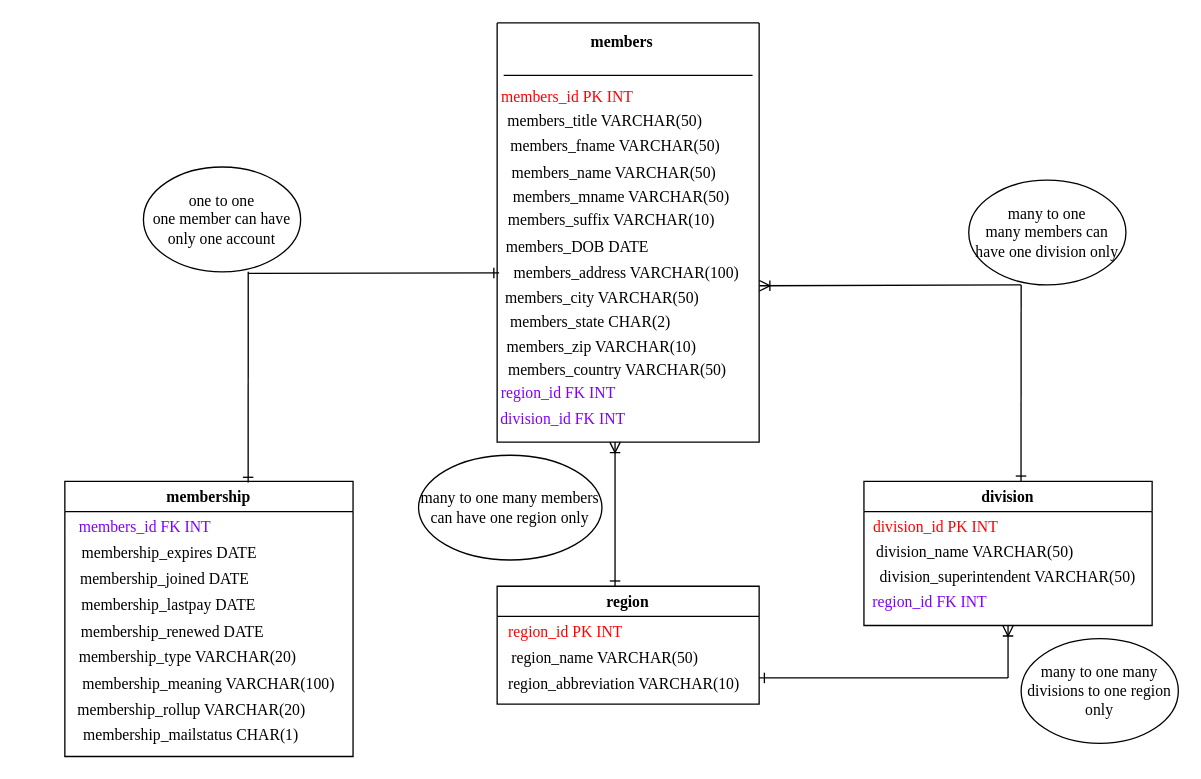
This is ProjectNMRA.SER.drawio from angelikakasia/SQL, a draw.io file, before an edit. Source tidied: cells renumbered, new cells numbered last; positions are measured from the earlier drawing's top-left corner, leaving out a move shared by most shapes. Both pictures are drawn from the tidied source at 131%, with x=0, y=0 at pixel (55, 22).
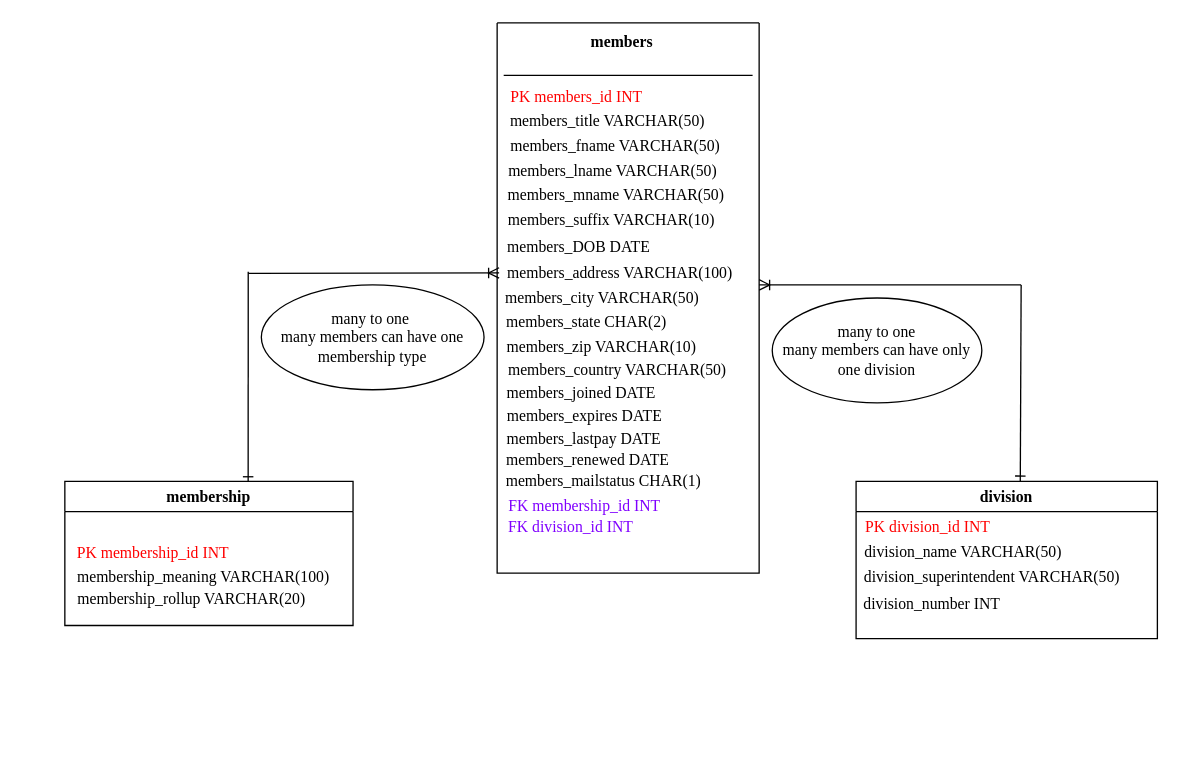
Above is the later version.

The change refers to these unchanged cells:
```xml
<mxCell id="13" value="members_city VARCHAR(50)" style="text;html=1;align=center;verticalAlign=middle;whiteSpace=wrap;rounded=0;fontFamily=Times New Roman;" parent="2" vertex="1">
  <mxGeometry x="-5" y="195" width="171" height="30" as="geometry" />
</mxCell>
```

Diff of the diagram source:
```diff
@@
     <mxCell id="2" style="swimlane;startSize=0;fontFamily=Times New Roman;" parent="1" vertex="1">
-      <mxGeometry x="337" width="200" height="320" as="geometry" />
+      <mxGeometry x="337" width="200" height="420" as="geometry" />
     </mxCell>
@@
-    <mxCell id="4" value="&lt;span style=&quot;color: light-dark(rgb(255, 0, 0), rgb(237, 237, 237));&quot;&gt;&lt;span style=&quot;color: rgb(255, 0, 0);&quot;&gt;members_id PK&lt;/span&gt; INT&lt;span style=&quot;white-space: pre;&quot;&gt;&#9;&lt;/span&gt;&lt;/span&gt;" style="text;html=1;align=center;verticalAlign=middle;whiteSpace=wrap;rounded=0;fontFamily=Times New Roman;" parent="2" vertex="1">
-      <mxGeometry x="-2" y="42" width="131" height="30" as="geometry" />
+    <mxCell id="4" value="&lt;span style=&quot;color: light-dark(rgb(255, 0, 0), rgb(237, 237, 237));&quot;&gt;&lt;span style=&quot;color: rgb(255, 0, 0);&quot;&gt;PK&lt;/span&gt; &lt;/span&gt;&lt;span style=&quot;color: light-dark(rgb(255, 0, 0), rgb(237, 237, 237));&quot;&gt;&lt;span style=&quot;color: rgb(255, 0, 0);&quot;&gt;members_id &lt;/span&gt;INT&lt;span style=&quot;white-space: pre;&quot;&gt;&#9;&lt;/span&gt;&lt;/span&gt;" style="text;html=1;align=center;verticalAlign=middle;whiteSpace=wrap;rounded=0;fontFamily=Times New Roman;" parent="2" vertex="1">
+      <mxGeometry x="5" y="42" width="131" height="30" as="geometry" />
     </mxCell>
-    <mxCell id="5" value="&lt;br&gt;members_title VARCHAR(50)" style="text;html=1;align=center;verticalAlign=middle;whiteSpace=wrap;rounded=0;fontFamily=Times New Roman;" parent="2" vertex="1">
-      <mxGeometry x="-2" y="52" width="169" height="30" as="geometry" />
-    </mxCell>
@@
-    <mxCell id="7" value="&lt;br&gt;members_name VARCHAR(50)" style="text;html=1;align=center;verticalAlign=middle;whiteSpace=wrap;rounded=0;fontFamily=Times New Roman;" parent="2" vertex="1">
-      <mxGeometry x="-4" y="92" width="186.5" height="30" as="geometry" />
+    <mxCell id="7" value="&lt;br&gt;members_lname VARCHAR(50)" style="text;html=1;align=center;verticalAlign=middle;whiteSpace=wrap;rounded=0;fontFamily=Times New Roman;" parent="2" vertex="1">
+      <mxGeometry x="-5" y="90" width="186.5" height="30" as="geometry" />
     </mxCell>
-    <mxCell id="8" value="&lt;br&gt;members_mname VARCHAR(50)" style="text;html=1;align=center;verticalAlign=middle;whiteSpace=wrap;rounded=0;fontFamily=Times New Roman;" parent="2" vertex="1">
-      <mxGeometry y="110" width="190" height="30" as="geometry" />
-    </mxCell>
@@
     <mxCell id="11" value="members_DOB DATE" style="text;html=1;align=center;verticalAlign=middle;whiteSpace=wrap;rounded=0;fontFamily=Times New Roman;" parent="2" vertex="1">
-      <mxGeometry x="-2.5" y="156" width="126.5" height="30" as="geometry" />
+      <mxGeometry x="-1.5" y="156" width="126.5" height="30" as="geometry" />
     </mxCell>
     <mxCell id="12" value="members_address VARCHAR(100)" style="text;html=1;align=center;verticalAlign=middle;whiteSpace=wrap;rounded=0;fontFamily=Times New Roman;" parent="2" vertex="1">
-      <mxGeometry x="-1" y="176" width="200" height="30" as="geometry" />
+      <mxGeometry x="-6" y="176" width="200" height="30" as="geometry" />
     </mxCell>
@@
     <mxCell id="14" value="members_state CHAR(2)" style="text;html=1;align=center;verticalAlign=middle;whiteSpace=wrap;rounded=0;fontFamily=Times New Roman;" parent="2" vertex="1">
-      <mxGeometry x="-13.5" y="214" width="168.5" height="30" as="geometry" />
+      <mxGeometry x="-16.5" y="214" width="168.5" height="30" as="geometry" />
     </mxCell>
@@
-    <mxCell id="17" value="&lt;span style=&quot;color: light-dark(rgb(128, 0, 255), rgb(237, 237, 237));&quot;&gt;region_id FK INT&lt;br&gt;&lt;/span&gt;" style="text;html=1;align=center;verticalAlign=middle;whiteSpace=wrap;rounded=0;fontFamily=Times New Roman;" parent="2" vertex="1">
-      <mxGeometry x="-10" y="268" width="114" height="30" as="geometry" />
-    </mxCell>
-    <mxCell id="18" value="&lt;span style=&quot;color: light-dark(rgb(128, 0, 255), rgb(237, 237, 237));&quot;&gt;&lt;span style=&quot;color: light-dark(rgb(128, 0, 255), rgb(237, 237, 237));&quot;&gt;division_id FK&lt;/span&gt; INT&lt;/span&gt;" style="text;html=1;align=center;verticalAlign=middle;whiteSpace=wrap;rounded=0;fontFamily=Times New Roman;" parent="2" vertex="1">
-      <mxGeometry x="-1" y="288" width="103" height="30" as="geometry" />
-    </mxCell>
-    <mxCell id="19" value="membership" style="swimlane;whiteSpace=wrap;html=1;fontFamily=Times New Roman;" parent="1" vertex="1">
-      <mxGeometry x="7" y="350" width="220" height="210" as="geometry" />
-    </mxCell>
-    <mxCell id="20" value="&lt;span style=&quot;color: light-dark(rgb(128, 0, 255), rgb(237, 237, 237));&quot;&gt;members_id FK INT&lt;br&gt;&lt;/span&gt;" style="text;html=1;align=center;verticalAlign=middle;whiteSpace=wrap;rounded=0;fontFamily=Times New Roman;" parent="19" vertex="1">
-      <mxGeometry x="-2" y="20" width="127" height="30" as="geometry" />
-    </mxCell>
+    <mxCell id="22" value="members_joined DATE" style="text;html=1;align=center;verticalAlign=middle;whiteSpace=wrap;rounded=0;fontFamily=Times New Roman;" parent="2" vertex="1">
+      <mxGeometry x="-16" y="268" width="161" height="30" as="geometry" />
+    </mxCell>
-    <mxCell id="21" value="membership_expires DATE" style="text;html=1;align=center;verticalAlign=middle;whiteSpace=wrap;rounded=0;fontFamily=Times New Roman;" parent="19" vertex="1">
-      <mxGeometry x="-4" y="40" width="168" height="30" as="geometry" />
+    <mxCell id="21" value="members_expires DATE" style="text;html=1;align=center;verticalAlign=middle;whiteSpace=wrap;rounded=0;fontFamily=Times New Roman;" parent="2" vertex="1">
+      <mxGeometry x="-17" y="285" width="168" height="30" as="geometry" />
     </mxCell>
-    <mxCell id="22" value="membership_joined DATE" style="text;html=1;align=center;verticalAlign=middle;whiteSpace=wrap;rounded=0;fontFamily=Times New Roman;" parent="19" vertex="1">
-      <mxGeometry x="-4" y="60" width="161" height="30" as="geometry" />
-    </mxCell>
-    <mxCell id="23" value="membership_lastpay DATE" style="text;html=1;align=center;verticalAlign=middle;whiteSpace=wrap;rounded=0;fontFamily=Times New Roman;" parent="19" vertex="1">
-      <mxGeometry x="3" y="80" width="153" height="30" as="geometry" />
+    <mxCell id="23" value="members_lastpay DATE" style="text;html=1;align=center;verticalAlign=middle;whiteSpace=wrap;rounded=0;fontFamily=Times New Roman;" parent="2" vertex="1">
+      <mxGeometry x="-10" y="303" width="153" height="30" as="geometry" />
     </mxCell>
-    <mxCell id="24" value="membership_renewed DATE" style="text;html=1;align=center;verticalAlign=middle;whiteSpace=wrap;rounded=0;fontFamily=Times New Roman;" parent="19" vertex="1">
-      <mxGeometry x="-3" y="100" width="171" height="30" as="geometry" />
+    <mxCell id="24" value="members_renewed DATE" style="text;html=1;align=center;verticalAlign=middle;whiteSpace=wrap;rounded=0;fontFamily=Times New Roman;" parent="2" vertex="1">
+      <mxGeometry x="-16" y="319" width="171" height="30" as="geometry" />
     </mxCell>
+    <mxCell id="8" value="&lt;br&gt;members_mname VARCHAR(50)" style="text;html=1;align=center;verticalAlign=middle;whiteSpace=wrap;rounded=0;fontFamily=Times New Roman;" parent="2" vertex="1">
+      <mxGeometry x="-4" y="109" width="190" height="30" as="geometry" />
+    </mxCell>
+    <mxCell id="5" value="&lt;br&gt;members_title VARCHAR(50)" style="text;html=1;align=center;verticalAlign=middle;whiteSpace=wrap;rounded=0;fontFamily=Times New Roman;" parent="2" vertex="1">
+      <mxGeometry y="52" width="169" height="30" as="geometry" />
+    </mxCell>
+    <mxCell id="28" value="members_mailstatus CHAR(1)" style="text;html=1;align=center;verticalAlign=middle;whiteSpace=wrap;rounded=0;fontFamily=Times New Roman;" parent="2" vertex="1">
+      <mxGeometry x="-15" y="335" width="193" height="29" as="geometry" />
+    </mxCell>
+    <mxCell id="49" value="&lt;span style=&quot;color: light-dark(rgb(128, 0, 255), rgb(237, 237, 237));&quot;&gt;&lt;font face=&quot;Times New Roman&quot;&gt;FK division_id INT&lt;/font&gt;&lt;/span&gt;" style="text;html=1;align=center;verticalAlign=middle;whiteSpace=wrap;rounded=0;" parent="2" vertex="1">
+      <mxGeometry x="-16" y="370" width="145" height="30" as="geometry" />
+    </mxCell>
+    <mxCell id="50" value="&lt;span style=&quot;color: light-dark(rgb(128, 0, 255), rgb(237, 237, 237));&quot;&gt;FK &lt;/span&gt;&lt;span style=&quot;color: light-dark(rgb(128, 0, 255), rgb(237, 237, 237));&quot;&gt;membership_id INT &lt;/span&gt;" style="text;whiteSpace=wrap;html=1;fontFamily=Times New Roman;" parent="2" vertex="1">
+      <mxGeometry x="6.5" y="355" width="160" height="40" as="geometry" />
+    </mxCell>
+    <mxCell id="19" value="&lt;div align=&quot;center&quot;&gt;membership &lt;/div&gt;" style="swimlane;whiteSpace=wrap;html=1;fontFamily=Times New Roman;align=center;" parent="1" vertex="1">
+      <mxGeometry x="7" y="350" width="220" height="110" as="geometry" />
+    </mxCell>
-    <mxCell id="25" value="membership_type VARCHAR(20)" style="text;html=1;align=center;verticalAlign=middle;whiteSpace=wrap;rounded=0;fontFamily=Times New Roman;" parent="19" vertex="1">
-      <mxGeometry x="-7" y="119" width="202" height="30" as="geometry" />
+    <mxCell id="25" value="&lt;span style=&quot;color: light-dark(rgb(255, 0, 0), rgb(237, 237, 237));&quot;&gt;PK &lt;/span&gt;&lt;span style=&quot;color: light-dark(rgb(255, 0, 0), rgb(237, 237, 237));&quot;&gt;membership_id INT&amp;nbsp; &lt;/span&gt;" style="text;html=1;align=center;verticalAlign=middle;whiteSpace=wrap;rounded=0;fontFamily=Times New Roman;" parent="19" vertex="1">
+      <mxGeometry x="-32" y="40" width="202" height="30" as="geometry" />
     </mxCell>
     <mxCell id="26" value="membership_meaning VARCHAR(100)" style="text;html=1;align=center;verticalAlign=middle;whiteSpace=wrap;rounded=0;fontFamily=Times New Roman;" parent="19" vertex="1">
-      <mxGeometry x="-1" y="140" width="222" height="30" as="geometry" />
+      <mxGeometry x="-5" y="58" width="222" height="30" as="geometry" />
     </mxCell>
     <mxCell id="27" value="membership_rollup VARCHAR(20)" style="text;html=1;align=center;verticalAlign=middle;whiteSpace=wrap;rounded=0;fontFamily=Times New Roman;" parent="19" vertex="1">
-      <mxGeometry x="-4" y="160" width="202" height="30" as="geometry" />
+      <mxGeometry x="-4" y="75" width="202" height="30" as="geometry" />
     </mxCell>
-    <mxCell id="28" value="membership_mailstatus CHAR(1)" style="text;html=1;align=center;verticalAlign=middle;whiteSpace=wrap;rounded=0;fontFamily=Times New Roman;" parent="19" vertex="1">
-      <mxGeometry y="179" width="193" height="30" as="geometry" />
-    </mxCell>
-    <mxCell id="29" value="region" style="swimlane;whiteSpace=wrap;html=1;fontFamily=Times New Roman;" parent="1" vertex="1">
-      <mxGeometry x="337" y="430" width="200" height="90" as="geometry" />
-    </mxCell>
-    <mxCell id="30" value="&lt;span style=&quot;color: light-dark(rgb(255, 0, 0), rgb(237, 237, 237));&quot;&gt;region_id PK INT&lt;br&gt;&lt;/span&gt;" style="text;html=1;align=center;verticalAlign=middle;whiteSpace=wrap;rounded=0;fontFamily=Times New Roman;" parent="29" vertex="1">
-      <mxGeometry x="-7" y="20" width="119" height="30" as="geometry" />
-    </mxCell>
-    <mxCell id="31" value="region_name VARCHAR(50)" style="text;html=1;align=center;verticalAlign=middle;whiteSpace=wrap;rounded=0;fontFamily=Times New Roman;" parent="29" vertex="1">
-      <mxGeometry x="2.5" y="40" width="158.5" height="30" as="geometry" />
-    </mxCell>
-    <mxCell id="32" value="region_abbreviation VARCHAR(10)" style="text;html=1;align=center;verticalAlign=middle;whiteSpace=wrap;rounded=0;fontFamily=Times New Roman;" parent="29" vertex="1">
-      <mxGeometry x="-3" y="60" width="200" height="30" as="geometry" />
-    </mxCell>
     <mxCell id="33" value="division" style="swimlane;whiteSpace=wrap;html=1;fontFamily=Times New Roman;" parent="1" vertex="1">
-      <mxGeometry x="617" y="350" width="220" height="110" as="geometry" />
+      <mxGeometry x="611" y="350" width="230" height="120" as="geometry" />
     </mxCell>
-    <mxCell id="34" value="&lt;span style=&quot;color: rgb(255, 0, 0);&quot;&gt;division_id PK INT&lt;br&gt;&lt;/span&gt;" style="text;html=1;align=center;verticalAlign=middle;whiteSpace=wrap;rounded=0;fontFamily=Times New Roman;" parent="33" vertex="1">
+    <mxCell id="34" value="&lt;span style=&quot;color: rgb(255, 0, 0);&quot;&gt;PK &lt;/span&gt;&lt;span style=&quot;color: rgb(255, 0, 0);&quot;&gt;division_id INT&lt;br&gt;&lt;/span&gt;" style="text;html=1;align=center;verticalAlign=middle;whiteSpace=wrap;rounded=0;fontFamily=Times New Roman;" parent="33" vertex="1">
       <mxGeometry y="20" width="110" height="30" as="geometry" />
     </mxCell>
     <mxCell id="35" value="division_name VARCHAR(50)" style="text;html=1;align=center;verticalAlign=middle;whiteSpace=wrap;rounded=0;fontFamily=Times New Roman;" parent="33" vertex="1">
-      <mxGeometry x="-15" y="39" width="200" height="30" as="geometry" />
+      <mxGeometry x="-18" y="39" width="200" height="30" as="geometry" />
     </mxCell>
     <mxCell id="36" value="division_superintendent VARCHAR(50)" style="text;html=1;align=center;verticalAlign=middle;whiteSpace=wrap;rounded=0;fontFamily=Times New Roman;" parent="33" vertex="1">
-      <mxGeometry y="58" width="220" height="30" as="geometry" />
+      <mxGeometry x="-6" y="58" width="220" height="30" as="geometry" />
     </mxCell>
-    <mxCell id="37" value="&lt;span style=&quot;color: light-dark(rgb(128, 0, 255), rgb(237, 237, 237));&quot;&gt;region_id FK INT&lt;br&gt;&lt;/span&gt;" style="text;html=1;align=center;verticalAlign=middle;whiteSpace=wrap;rounded=0;fontFamily=Times New Roman;" parent="33" vertex="1">
-      <mxGeometry x="-8" y="77" width="117" height="30" as="geometry" />
-    </mxCell>
+    <mxCell id="51" value="&lt;font face=&quot;Times New Roman&quot;&gt;division_number INT&lt;br&gt;&lt;/font&gt;" style="text;whiteSpace=wrap;html=1;" parent="33" vertex="1">
+      <mxGeometry x="4" y="80" width="230" height="40" as="geometry" />
+    </mxCell>
-    <mxCell id="38" style="endArrow=none;html=1;rounded=0;entryX=-0.016;entryY=0.59;entryDx=0;entryDy=0;entryPerimeter=0;startArrow=ERone;startFill=0;exitX=0.038;exitY=-0.138;exitDx=0;exitDy=0;exitPerimeter=0;fontFamily=Times New Roman;" parent="1" edge="1" source="13">
+    <mxCell id="38" style="endArrow=none;html=1;rounded=0;entryX=-0.016;entryY=0.59;entryDx=0;entryDy=0;entryPerimeter=0;startArrow=ERoneToMany;startFill=0;exitX=0.038;exitY=-0.138;exitDx=0;exitDy=0;exitPerimeter=0;fontFamily=Times New Roman;" parent="1" edge="1" source="13">
       <mxGeometry relative="1" as="geometry">
         <mxPoint x="147" y="191.2" as="targetPoint" />
       </mxGeometry>
     </mxCell>
@@
-    <mxCell id="40" style="endArrow=ERone;html=1;rounded=0;startArrow=ERoneToMany;startFill=0;endFill=0;fontFamily=Times New Roman;" parent="1" edge="1">
-      <mxGeometry relative="1" as="geometry">
-        <mxPoint x="427" y="320" as="sourcePoint" />
-        <mxPoint x="427" y="430" as="targetPoint" />
-      </mxGeometry>
-    </mxCell>
-    <mxCell id="41" style="endArrow=none;html=1;rounded=0;exitX=1.001;exitY=0.627;exitDx=0;exitDy=0;exitPerimeter=0;startArrow=ERoneToMany;startFill=0;fontFamily=Times New Roman;" parent="1" edge="1" source="2">
+    <mxCell id="41" style="endArrow=none;html=1;rounded=0;startArrow=ERoneToMany;startFill=0;fontFamily=Times New Roman;" parent="1" edge="1">
       <mxGeometry relative="1" as="geometry">
+        <mxPoint x="537" y="200" as="sourcePoint" />
         <mxPoint x="737" y="200" as="targetPoint" />
       </mxGeometry>
     </mxCell>
@@
-    <mxCell id="43" style="endArrow=none;html=1;rounded=0;startArrow=ERone;startFill=0;fontFamily=Times New Roman;" parent="1" edge="1">
-      <mxGeometry relative="1" as="geometry">
-        <mxPoint x="537" y="500" as="sourcePoint" />
-        <mxPoint x="727" y="500" as="targetPoint" />
-      </mxGeometry>
-    </mxCell>
-    <mxCell id="44" style="endArrow=none;html=1;rounded=0;startArrow=ERoneToMany;startFill=0;fontFamily=Times New Roman;" parent="1" edge="1">
-      <mxGeometry relative="1" as="geometry">
-        <mxPoint x="727" y="460" as="sourcePoint" />
-        <mxPoint x="727" y="500" as="targetPoint" />
-      </mxGeometry>
-    </mxCell>
-    <mxCell id="45" value="&lt;div&gt;one to one&lt;/div&gt;&lt;div&gt;one member can have only one account&lt;br&gt;&lt;/div&gt;" style="ellipse;whiteSpace=wrap;html=1;fontFamily=Times New Roman;" parent="1" vertex="1">
-      <mxGeometry x="67" y="110" width="120" height="80" as="geometry" />
+    <mxCell id="45" value="&lt;div&gt;many to one&amp;nbsp;&lt;/div&gt;&lt;div&gt;many members can have one membership type&lt;/div&gt;" style="ellipse;whiteSpace=wrap;html=1;fontFamily=Times New Roman;" parent="1" vertex="1">
+      <mxGeometry x="157" y="200" width="170" height="80" as="geometry" />
     </mxCell>
-    <mxCell id="46" value="&lt;div&gt;many to one many members can have one region only&lt;br&gt;&lt;/div&gt;" style="ellipse;whiteSpace=wrap;html=1;fontFamily=Times New Roman;" parent="1" vertex="1">
-      <mxGeometry x="277" y="330" width="140" height="80" as="geometry" />
-    </mxCell>
-    <mxCell id="47" value="many to one many divisions to one region only" style="ellipse;whiteSpace=wrap;html=1;fontFamily=Times New Roman;" parent="1" vertex="1">
-      <mxGeometry x="737" y="470" width="120" height="80" as="geometry" />
-    </mxCell>
-    <mxCell id="48" value="&lt;div&gt;many to one&lt;/div&gt;&lt;div&gt;many members can have one division only&lt;br&gt;&lt;/div&gt;" style="ellipse;whiteSpace=wrap;html=1;fontFamily=Times New Roman;" parent="1" vertex="1">
-      <mxGeometry x="697" y="120" width="120" height="80" as="geometry" />
+    <mxCell id="48" value="&lt;div&gt;many to one&lt;/div&gt;&lt;div&gt;many members can have only one division &lt;br&gt;&lt;/div&gt;" style="ellipse;whiteSpace=wrap;html=1;fontFamily=Times New Roman;" parent="1" vertex="1">
+      <mxGeometry x="547" y="210" width="160" height="80" as="geometry" />
     </mxCell>
```
